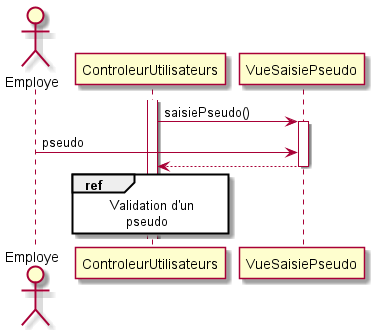
Above: sequence/saisie_pseudo.png in arc-hugo/clavardage_uml (PlantUML), before the change.
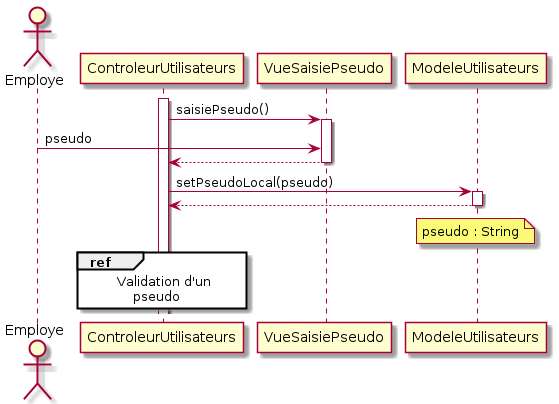
After the commit.

What changed in the source:
```diff
@@ -6,6 +6,13 @@
 Employe -> VueSaisiePseudo : pseudo
 VueSaisiePseudo --> ControleurUtilisateurs
 deactivate VueSaisiePseudo
+ControleurUtilisateurs -> ModeleUtilisateurs : setPseudoLocal(pseudo)
+activate ModeleUtilisateurs
+ModeleUtilisateurs --> ControleurUtilisateurs
+deactivate ModeleUtilisateurs
+note over ModeleUtilisateurs
+pseudo : String
+end note
 ref over ControleurUtilisateurs
     Validation d'un
         pseudo
```
